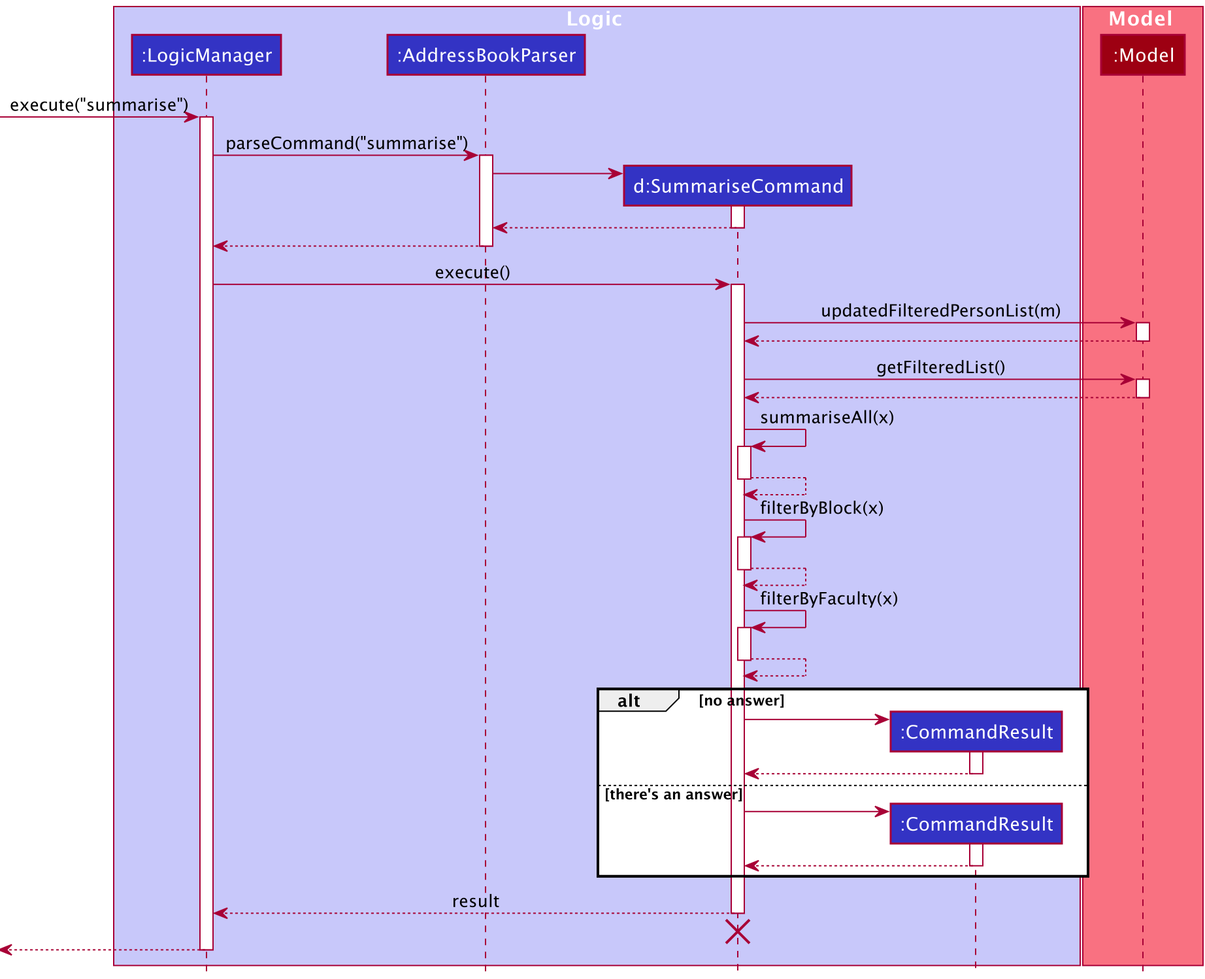
Earlier version of the PlantUML export docs/images/SummariseSequenceDiagram.png (nus-cs2103-AY2122S2/tp). Its source is kept beside it as docs/diagrams/SummariseSequenceDiagram.puml.
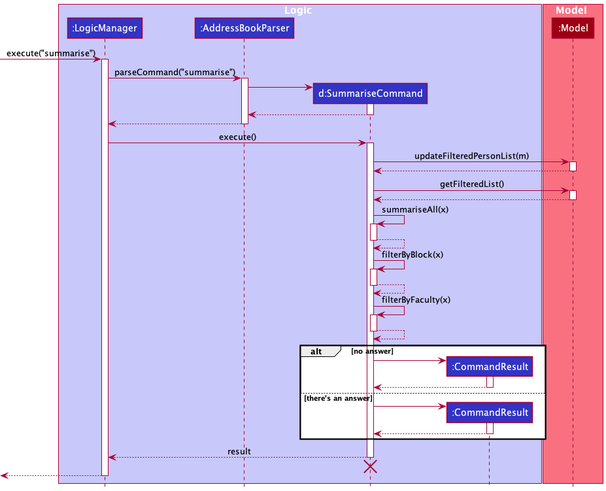
After the change.

Commit message:
Add UML activity and sequence diagrams for list and find commands

What changed in the source:
```diff
@@ -31,7 +31,7 @@
 LogicManager -> SummariseCommand : execute()
 activate SummariseCommand
 
-SummariseCommand -> Model : updatedFilteredPersonList(m)
+SummariseCommand -> Model : updateFilteredPersonList(m)
 activate Model
 
 Model --> SummariseCommand
```
